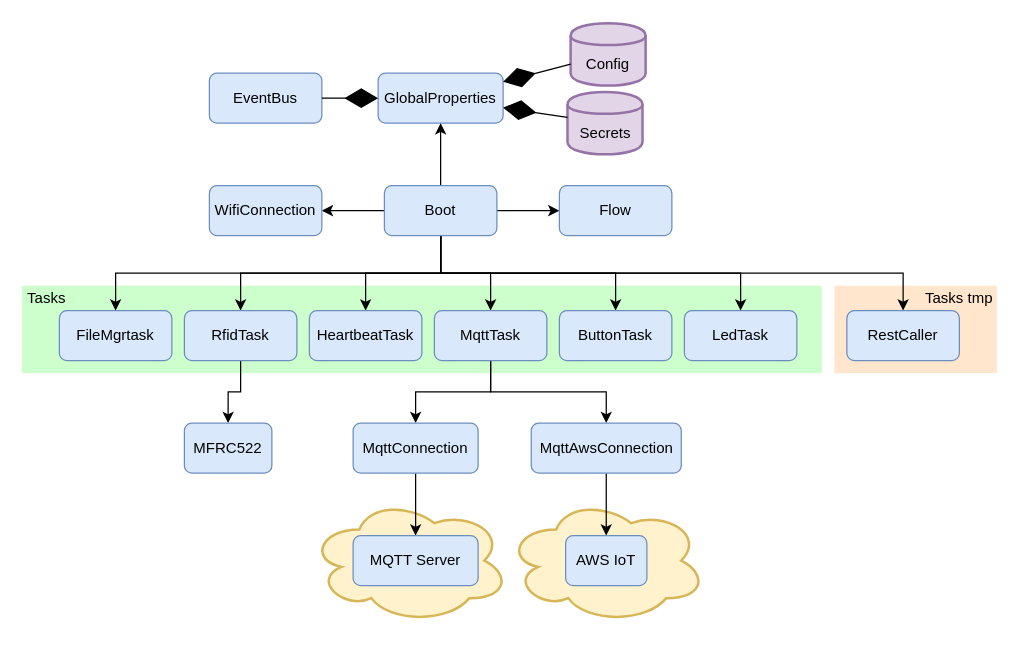
This is docs/uml/overview.drawio from miman/esp32_util, a draw.io file, before an edit. Source tidied: cells renumbered, new cells numbered last; positions are measured from the earlier drawing's top-left corner, leaving out a move shared by most shapes. Both pictures are drawn from the tidied source at 125%, with x=0, y=0 at pixel (21, 22).
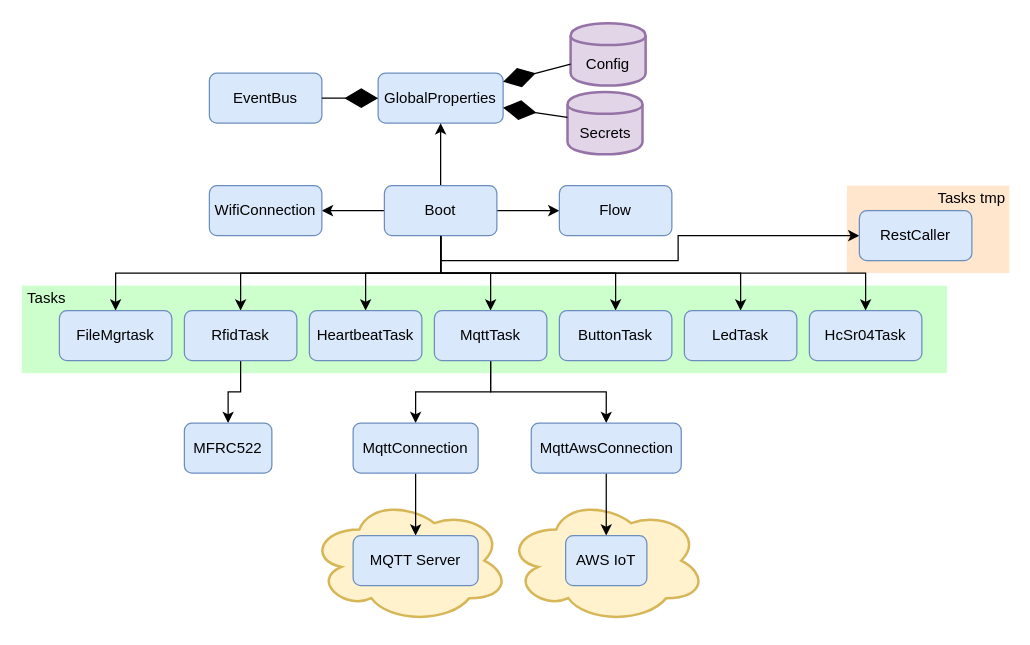
The same page after the edit.

Commit message (it also covers changes not shown here):
added HcSr04Task

The change refers to these unchanged cells:
```xml
<mxCell id="18" value="Boot" style="rounded=1;whiteSpace=wrap;html=1;fillColor=#dae8fc;strokeColor=#6c8ebf;" parent="1" vertex="1">
  <mxGeometry x="290" y="130" width="90" height="40" as="geometry" />
</mxCell>
```

Diff of the diagram source:
```diff
@@
     <mxCell id="2" style="rounded=0;whiteSpace=wrap;html=1;strokeColor=none;strokeWidth=2;fillColor=#ffe6cc;" parent="1" vertex="1">
-      <mxGeometry x="650" y="210" width="130" height="70" as="geometry" />
+      <mxGeometry x="660" y="130" width="130" height="70" as="geometry" />
     </mxCell>
@@
     <mxCell id="5" style="rounded=0;whiteSpace=wrap;html=1;strokeColor=none;strokeWidth=2;fillColor=#CCFFCC;" parent="1" vertex="1">
-      <mxGeometry y="210" width="640" height="70" as="geometry" />
+      <mxGeometry y="210" width="740" height="70" as="geometry" />
     </mxCell>
@@
     <mxCell id="38" value="RestCaller" style="rounded=1;whiteSpace=wrap;html=1;fillColor=#dae8fc;strokeColor=#6c8ebf;" parent="1" vertex="1">
-      <mxGeometry x="660" y="230" width="90" height="40" as="geometry" />
+      <mxGeometry x="670" y="150" width="90" height="40" as="geometry" />
     </mxCell>
@@
     <mxCell id="44" value="Tasks tmp" style="text;html=1;strokeColor=none;fillColor=none;align=center;verticalAlign=middle;whiteSpace=wrap;rounded=0;" parent="1" vertex="1">
-      <mxGeometry x="720" y="210" width="60" height="20" as="geometry" />
+      <mxGeometry x="730" y="130" width="60" height="20" as="geometry" />
     </mxCell>
+    <mxCell id="45" value="HcSr04Task" style="rounded=1;whiteSpace=wrap;html=1;fillColor=#dae8fc;strokeColor=#6c8ebf;" parent="1" vertex="1">
+      <mxGeometry x="630" y="230" width="90" height="40" as="geometry" />
+    </mxCell>
+    <mxCell id="46" style="edgeStyle=orthogonalEdgeStyle;rounded=0;jettySize=auto;html=1;exitX=0.5;exitY=1;exitDx=0;exitDy=0;" parent="1" edge="1" source="18" target="45">
+      <mxGeometry relative="1" as="geometry" />
+    </mxCell>
```
